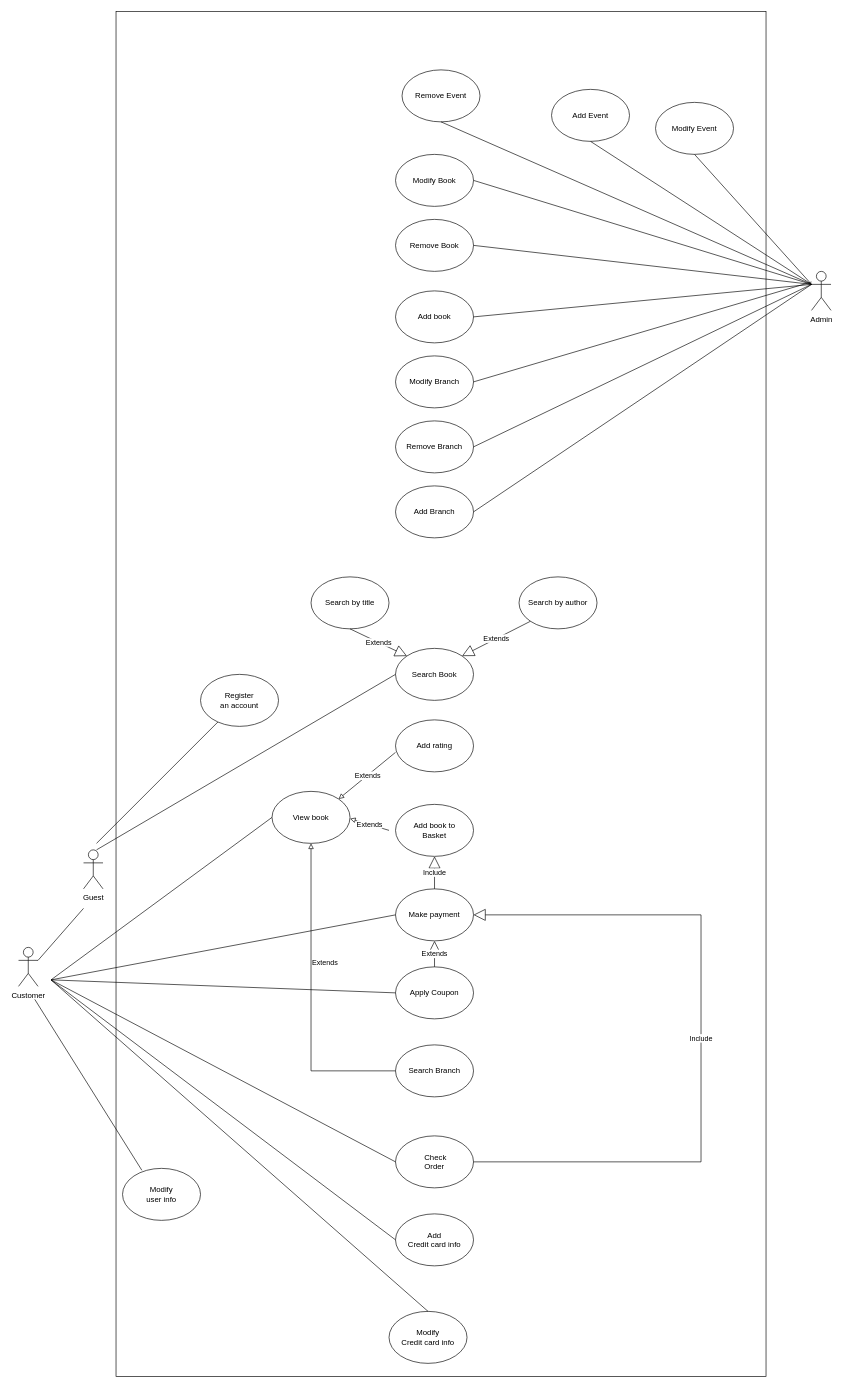
Earlier version of the draw.io diagram UseCase Diagram/Use_case_diagram.drawio (Misterpetchz/Object_Oriented_Project). Source tidied: cells renumbered, new cells numbered last; positions are measured from the earlier drawing's top-left corner, leaving out a move shared by most shapes. Both pictures are drawn from the tidied source at 65%, with x=0, y=0 at pixel (18, 11).
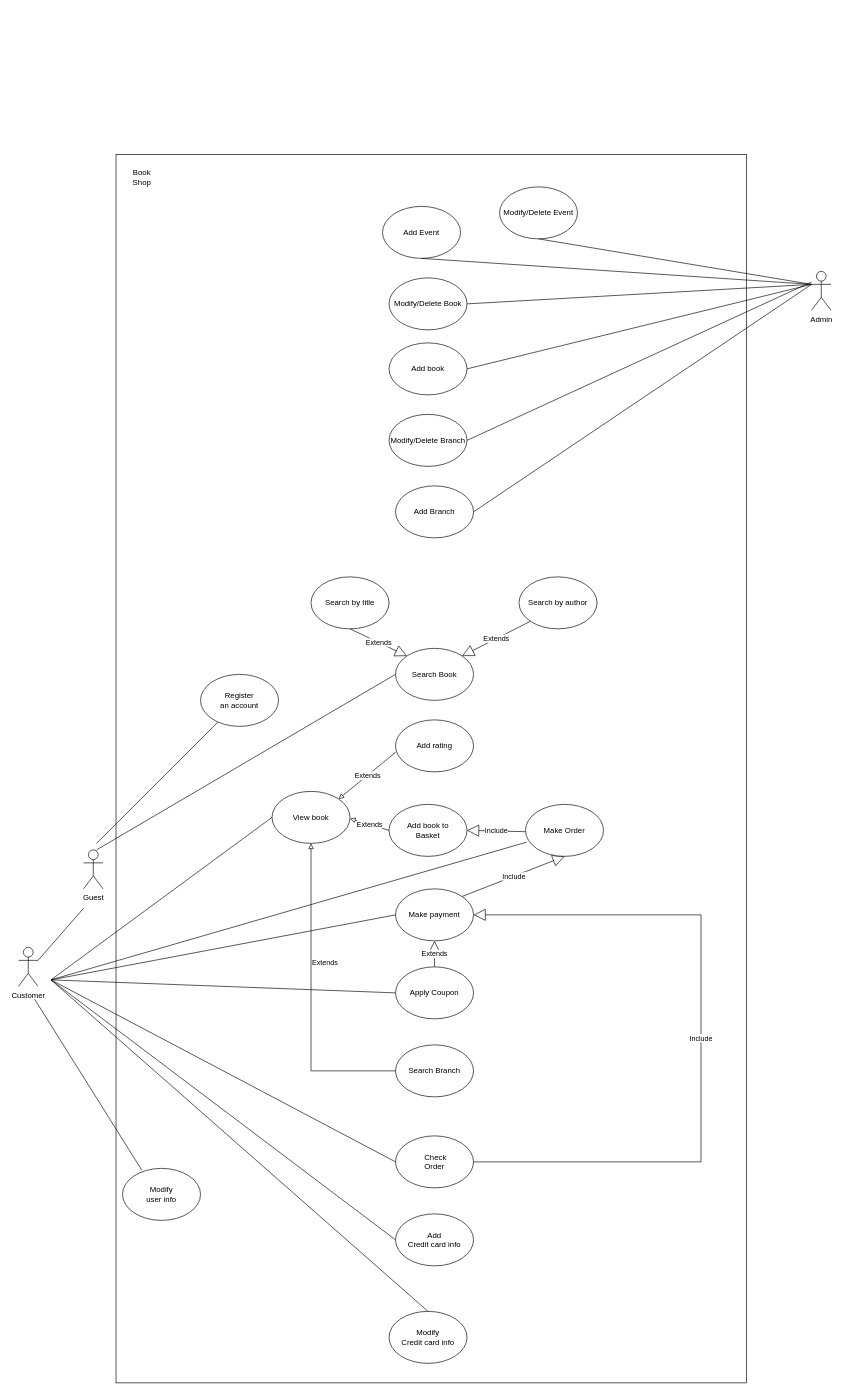
The same page after the edit.

Commit message (it also covers changes not shown here):
<doc+> add sequence diagram <doc^> update class and use case diagram <code^> add more method to classes

The change refers to these unchanged cells:
```xml
<mxCell id="10" value="Make payment" style="ellipse;whiteSpace=wrap;html=1;" parent="1" vertex="1">
  <mxGeometry x="580" y="1350" width="120" height="80" as="geometry" />
</mxCell>
```

Diff of the diagram source:
```diff
@@
     <mxCell id="6" value="Add book to&lt;br&gt;Basket" style="ellipse;whiteSpace=wrap;html=1;" parent="1" vertex="1">
-      <mxGeometry x="580" y="1220" width="120" height="80" as="geometry" />
+      <mxGeometry x="570" y="1220" width="120" height="80" as="geometry" />
     </mxCell>
@@
     <mxCell id="13" value="Add book" style="ellipse;whiteSpace=wrap;html=1;" parent="1" vertex="1">
-      <mxGeometry x="580" y="430" width="120" height="80" as="geometry" />
+      <mxGeometry x="570" y="510" width="120" height="80" as="geometry" />
     </mxCell>
-    <mxCell id="14" value="Remove Book" style="ellipse;whiteSpace=wrap;html=1;" parent="1" vertex="1">
-      <mxGeometry x="580" y="320" width="120" height="80" as="geometry" />
-    </mxCell>
@@
-    <mxCell id="16" value="Remove Branch" style="ellipse;whiteSpace=wrap;html=1;" parent="1" vertex="1">
-      <mxGeometry x="580" y="630" width="120" height="80" as="geometry" />
-    </mxCell>
     <mxCell id="17" value="Add Event" style="ellipse;whiteSpace=wrap;html=1;" parent="1" vertex="1">
-      <mxGeometry x="820" y="120" width="120" height="80" as="geometry" />
+      <mxGeometry x="560" y="300" width="120" height="80" as="geometry" />
     </mxCell>
-    <mxCell id="18" value="Remove Event" style="ellipse;whiteSpace=wrap;html=1;" parent="1" vertex="1">
-      <mxGeometry x="590" y="90" width="120" height="80" as="geometry" />
-    </mxCell>
@@
-    <mxCell id="21" value="Modify Branch" style="ellipse;whiteSpace=wrap;html=1;" parent="1" vertex="1">
-      <mxGeometry x="580" y="530" width="120" height="80" as="geometry" />
+    <mxCell id="21" value="Modify/Delete Branch" style="ellipse;whiteSpace=wrap;html=1;" parent="1" vertex="1">
+      <mxGeometry x="570" y="620" width="120" height="80" as="geometry" />
     </mxCell>
-    <mxCell id="22" value="Modify Book" style="ellipse;whiteSpace=wrap;html=1;" parent="1" vertex="1">
-      <mxGeometry x="580" y="220" width="120" height="80" as="geometry" />
+    <mxCell id="22" value="Modify/Delete Book" style="ellipse;whiteSpace=wrap;html=1;" parent="1" vertex="1">
+      <mxGeometry x="570" y="410" width="120" height="80" as="geometry" />
     </mxCell>
-    <mxCell id="23" value="Modify Event" style="ellipse;whiteSpace=wrap;html=1;" parent="1" vertex="1">
-      <mxGeometry x="980" y="140" width="120" height="80" as="geometry" />
+    <mxCell id="23" value="Modify/Delete Event" style="ellipse;whiteSpace=wrap;html=1;" parent="1" vertex="1">
+      <mxGeometry x="740" y="270" width="120" height="80" as="geometry" />
     </mxCell>
@@
-    <mxCell id="33" style="endArrow=none;html=1;rounded=0;exitX=0.5;exitY=1;exitDx=0;exitDy=0;" parent="1" edge="1" source="18">
-      <mxGeometry relative="1" as="geometry">
-        <mxPoint x="1220" y="420" as="targetPoint" />
-      </mxGeometry>
-    </mxCell>
-    <mxCell id="34" style="endArrow=none;html=1;rounded=0;exitX=1;exitY=0.5;exitDx=0;exitDy=0;" parent="1" edge="1" source="14">
-      <mxGeometry relative="1" as="geometry">
-        <mxPoint x="1220" y="420" as="targetPoint" />
-      </mxGeometry>
-    </mxCell>
@@
-    <mxCell id="36" style="endArrow=none;html=1;rounded=0;exitX=1;exitY=0.5;exitDx=0;exitDy=0;" parent="1" edge="1" source="16">
-      <mxGeometry relative="1" as="geometry">
-        <mxPoint x="1220" y="420" as="targetPoint" />
-      </mxGeometry>
-    </mxCell>
@@
-    <mxCell id="44" value="Include" style="endArrow=block;endSize=16;endFill=0;html=1;rounded=0;exitX=0.5;exitY=0;exitDx=0;exitDy=0;entryX=0.5;entryY=1;entryDx=0;entryDy=0;" parent="1" edge="1" source="10" target="6">
+    <mxCell id="44" value="Include" style="endArrow=block;endSize=16;endFill=0;html=1;rounded=0;exitX=1;exitY=0;exitDx=0;exitDy=0;entryX=0.5;entryY=1;entryDx=0;entryDy=0;" parent="1" edge="1" source="10" target="57">
       <mxGeometry relative="1" as="geometry" />
     </mxCell>
@@
-    <mxCell id="56" style="rounded=0;whiteSpace=wrap;html=1;fillColor=none;" parent="1" vertex="1">
-      <mxGeometry x="150" width="1000" height="2100" as="geometry" />
-    </mxCell>
+    <mxCell id="57" value="Make Order" style="ellipse;whiteSpace=wrap;html=1;" parent="1" vertex="1">
+      <mxGeometry x="780" y="1220" width="120" height="80" as="geometry" />
+    </mxCell>
+    <mxCell id="58" value="Include" style="endArrow=block;endSize=16;endFill=0;html=1;rounded=0;exitX=1;exitY=0;exitDx=0;exitDy=0;entryX=1;entryY=0.5;entryDx=0;entryDy=0;" parent="1" edge="1" target="6">
+      <mxGeometry relative="1" as="geometry">
+        <mxPoint x="780" y="1262" as="sourcePoint" />
+      </mxGeometry>
+    </mxCell>
+    <mxCell id="59" style="endArrow=none;html=1;rounded=0;exitX=1;exitY=0.3333333333333333;exitDx=0;exitDy=0;exitPerimeter=0;entryX=0.013;entryY=0.727;entryDx=0;entryDy=0;entryPerimeter=0;" parent="1" edge="1" target="57">
+      <mxGeometry relative="1" as="geometry">
+        <mxPoint x="50" y="1490" as="sourcePoint" />
+      </mxGeometry>
+    </mxCell>
+    <mxCell id="60" style="rounded=0;whiteSpace=wrap;html=1;fillColor=none;" parent="1" vertex="1">
+      <mxGeometry x="150" y="220" width="970" height="1890" as="geometry" />
+    </mxCell>
+    <mxCell id="61" value="Book Shop" style="text;html=1;strokeColor=none;fillColor=none;align=center;verticalAlign=middle;whiteSpace=wrap;rounded=0;" parent="1" vertex="1">
+      <mxGeometry x="160" y="240" width="60" height="30" as="geometry" />
+    </mxCell>
```
